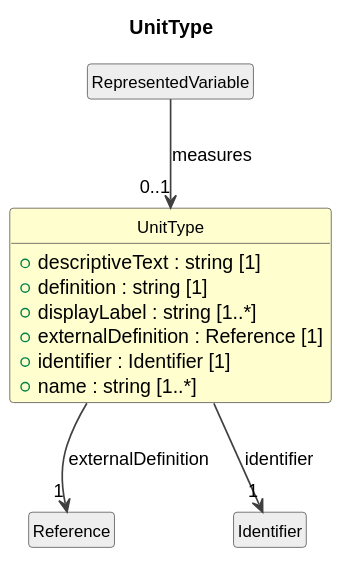
Cross-Domain-Interoperability-Framework/metadataBuildingBlocks keeps this PlantUML diagram as cdif-uml-model/DataDescriptionWithStructure/Classes/UnitType.svg. Above is the earlier version. Its diagram source:
```plantuml
@startuml
title UnitType
hide circle
hide empty members
skinparam shadowing false
skinparam ArrowThickness 1.2
skinparam class {
  ArrowColor #404040
  BorderColor #404040
  FontSize 12
}

class "UnitType" as UnitType #FEFECE {
  +descriptiveText : string [1]
  +definition : string [1]
  +displayLabel : string [1..*]
  +externalDefinition : Reference [1]
  +identifier : Identifier [1]
  +name : string [1..*]
}
class "RepresentedVariable" as RepresentedVariable #EEEEEE
RepresentedVariable --> "0..1" UnitType : measures
class "Reference" as Reference #EEEEEE
UnitType --> "1" Reference : externalDefinition
class "Identifier" as Identifier #EEEEEE
UnitType --> "1" Identifier : identifier
@enduml
```
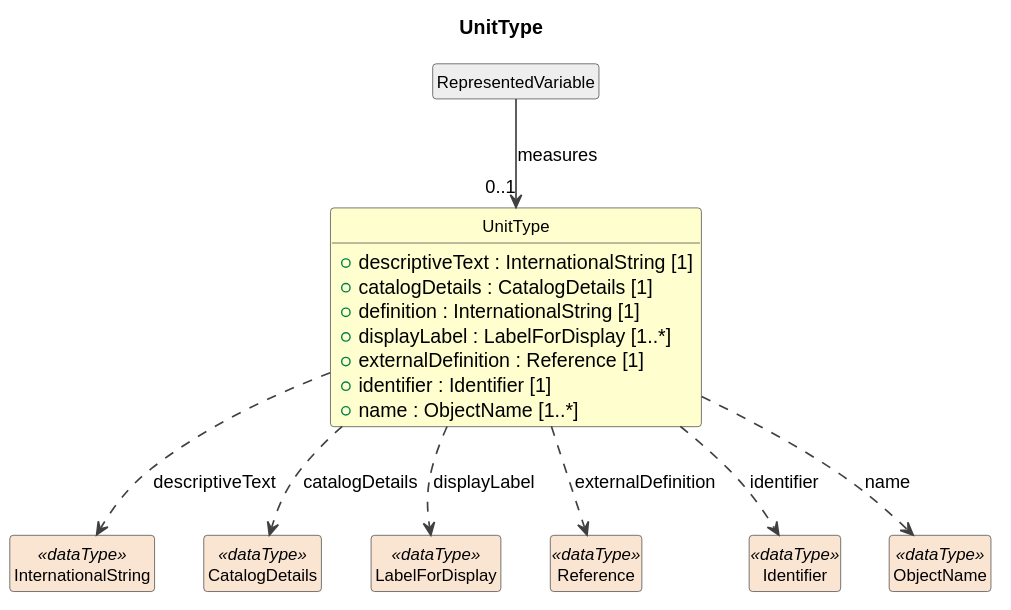
Later version of the same file.

Diff of the diagram source:
```diff
@@ -11,17 +11,26 @@
 }
 
 class "UnitType" as UnitType #FEFECE {
-  +descriptiveText : string [1]
-  +definition : string [1]
-  +displayLabel : string [1..*]
+  +descriptiveText : InternationalString [1]
+  +catalogDetails : CatalogDetails [1]
+  +definition : InternationalString [1]
+  +displayLabel : LabelForDisplay [1..*]
   +externalDefinition : Reference [1]
   +identifier : Identifier [1]
-  +name : string [1..*]
+  +name : ObjectName [1..*]
 }
 class "RepresentedVariable" as RepresentedVariable #EEEEEE
 RepresentedVariable --> "0..1" UnitType : measures
-class "Reference" as Reference #EEEEEE
-UnitType --> "1" Reference : externalDefinition
-class "Identifier" as Identifier #EEEEEE
-UnitType --> "1" Identifier : identifier
+class "InternationalString" as InternationalString <<dataType>> #FAE5D3
+UnitType ..> InternationalString : descriptiveText
+class "CatalogDetails" as CatalogDetails <<dataType>> #FAE5D3
+UnitType ..> CatalogDetails : catalogDetails
+class "LabelForDisplay" as LabelForDisplay <<dataType>> #FAE5D3
+UnitType ..> LabelForDisplay : displayLabel
+class "Reference" as Reference <<dataType>> #FAE5D3
+UnitType ..> Reference : externalDefinition
+class "Identifier" as Identifier <<dataType>> #FAE5D3
+UnitType ..> Identifier : identifier
+class "ObjectName" as ObjectName <<dataType>> #FAE5D3
+UnitType ..> ObjectName : name
 @enduml
```
